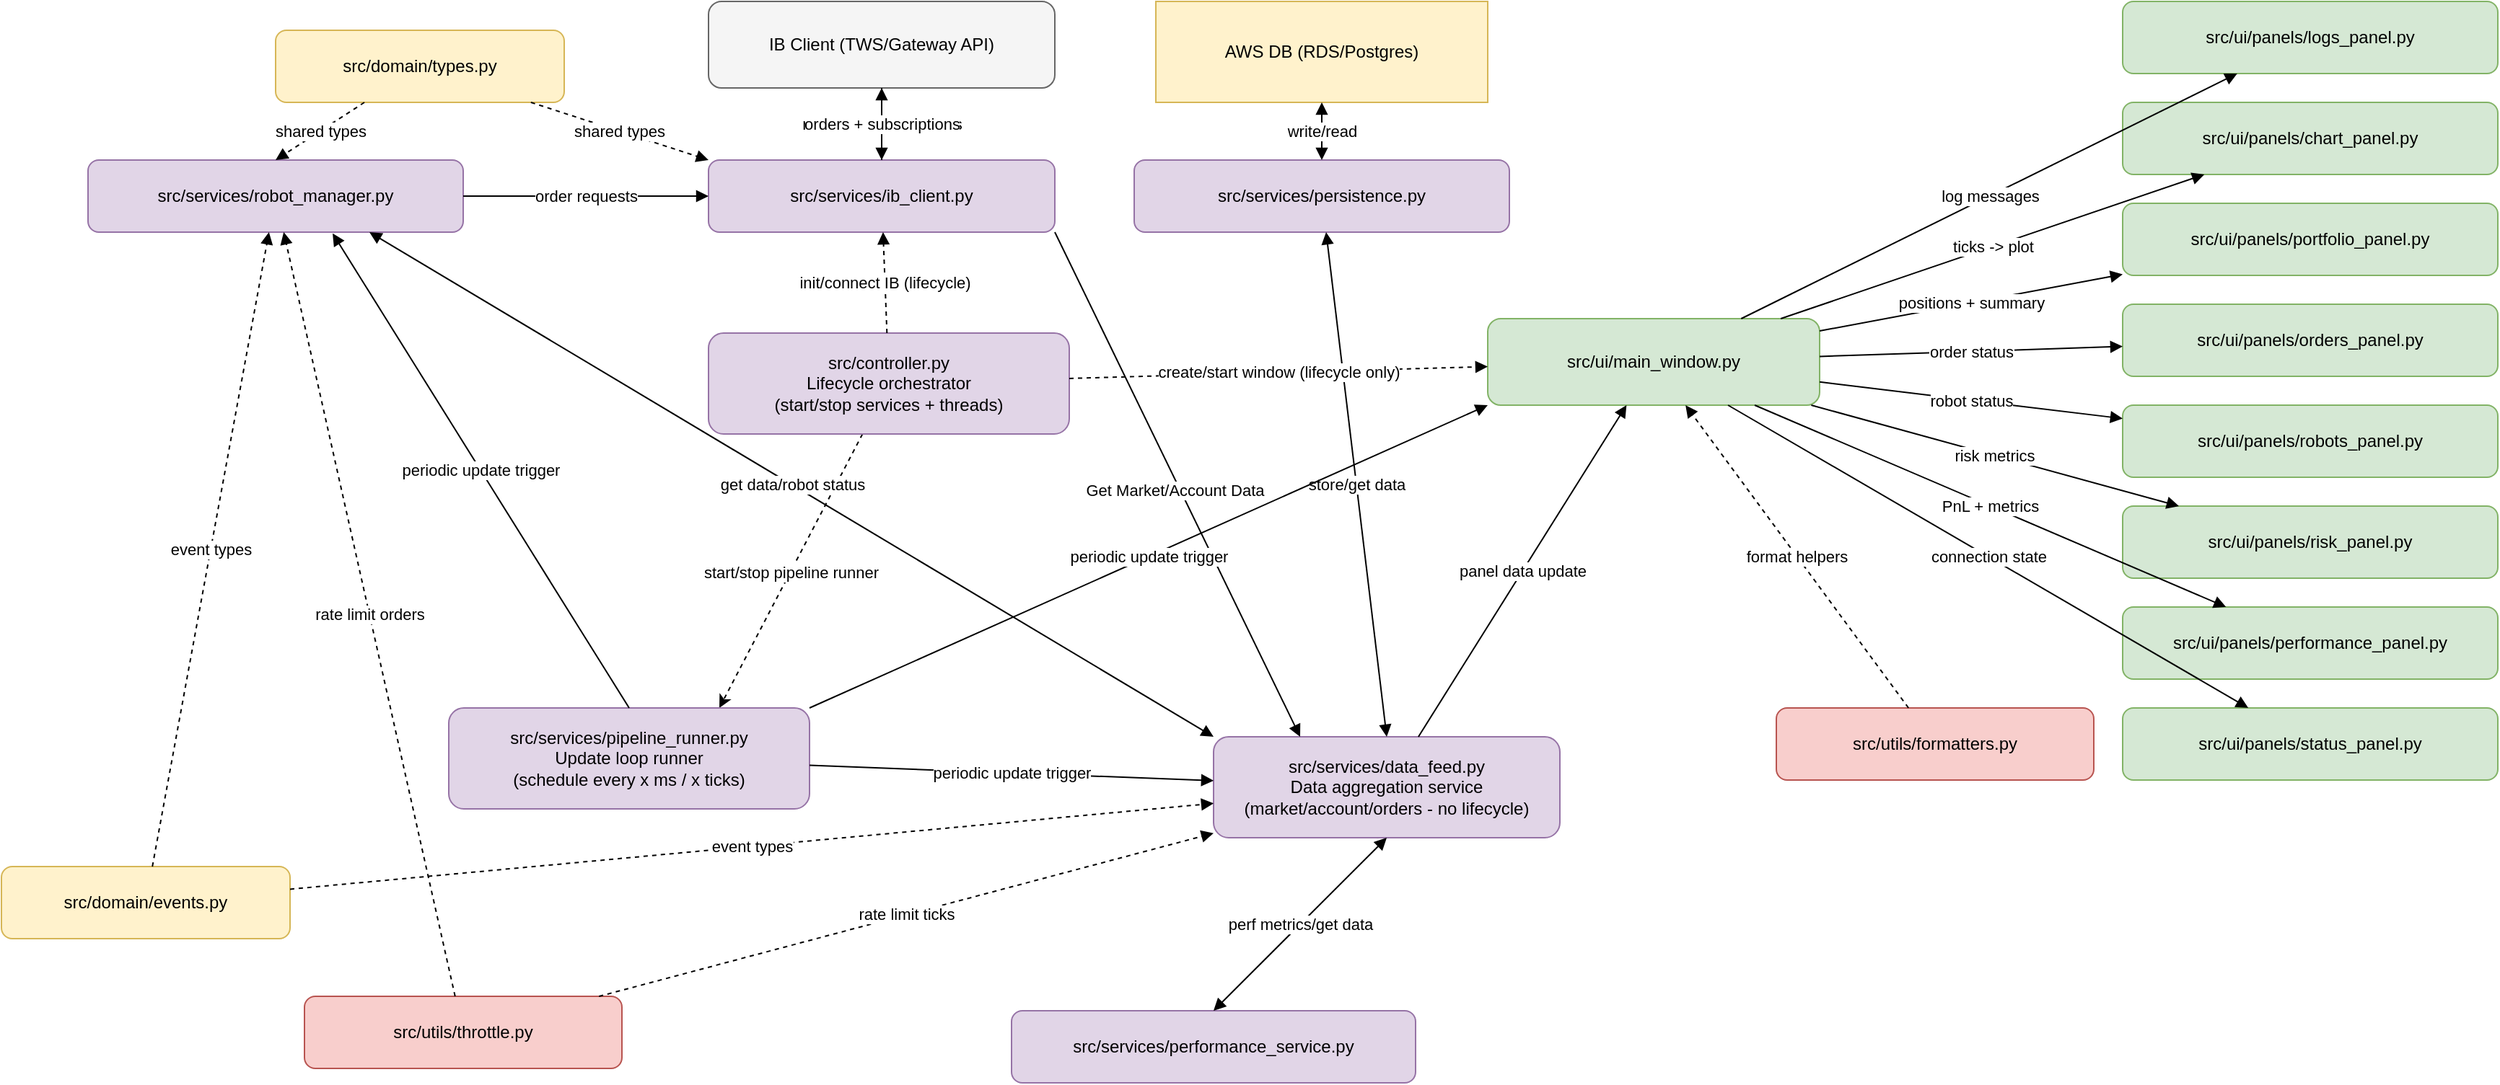
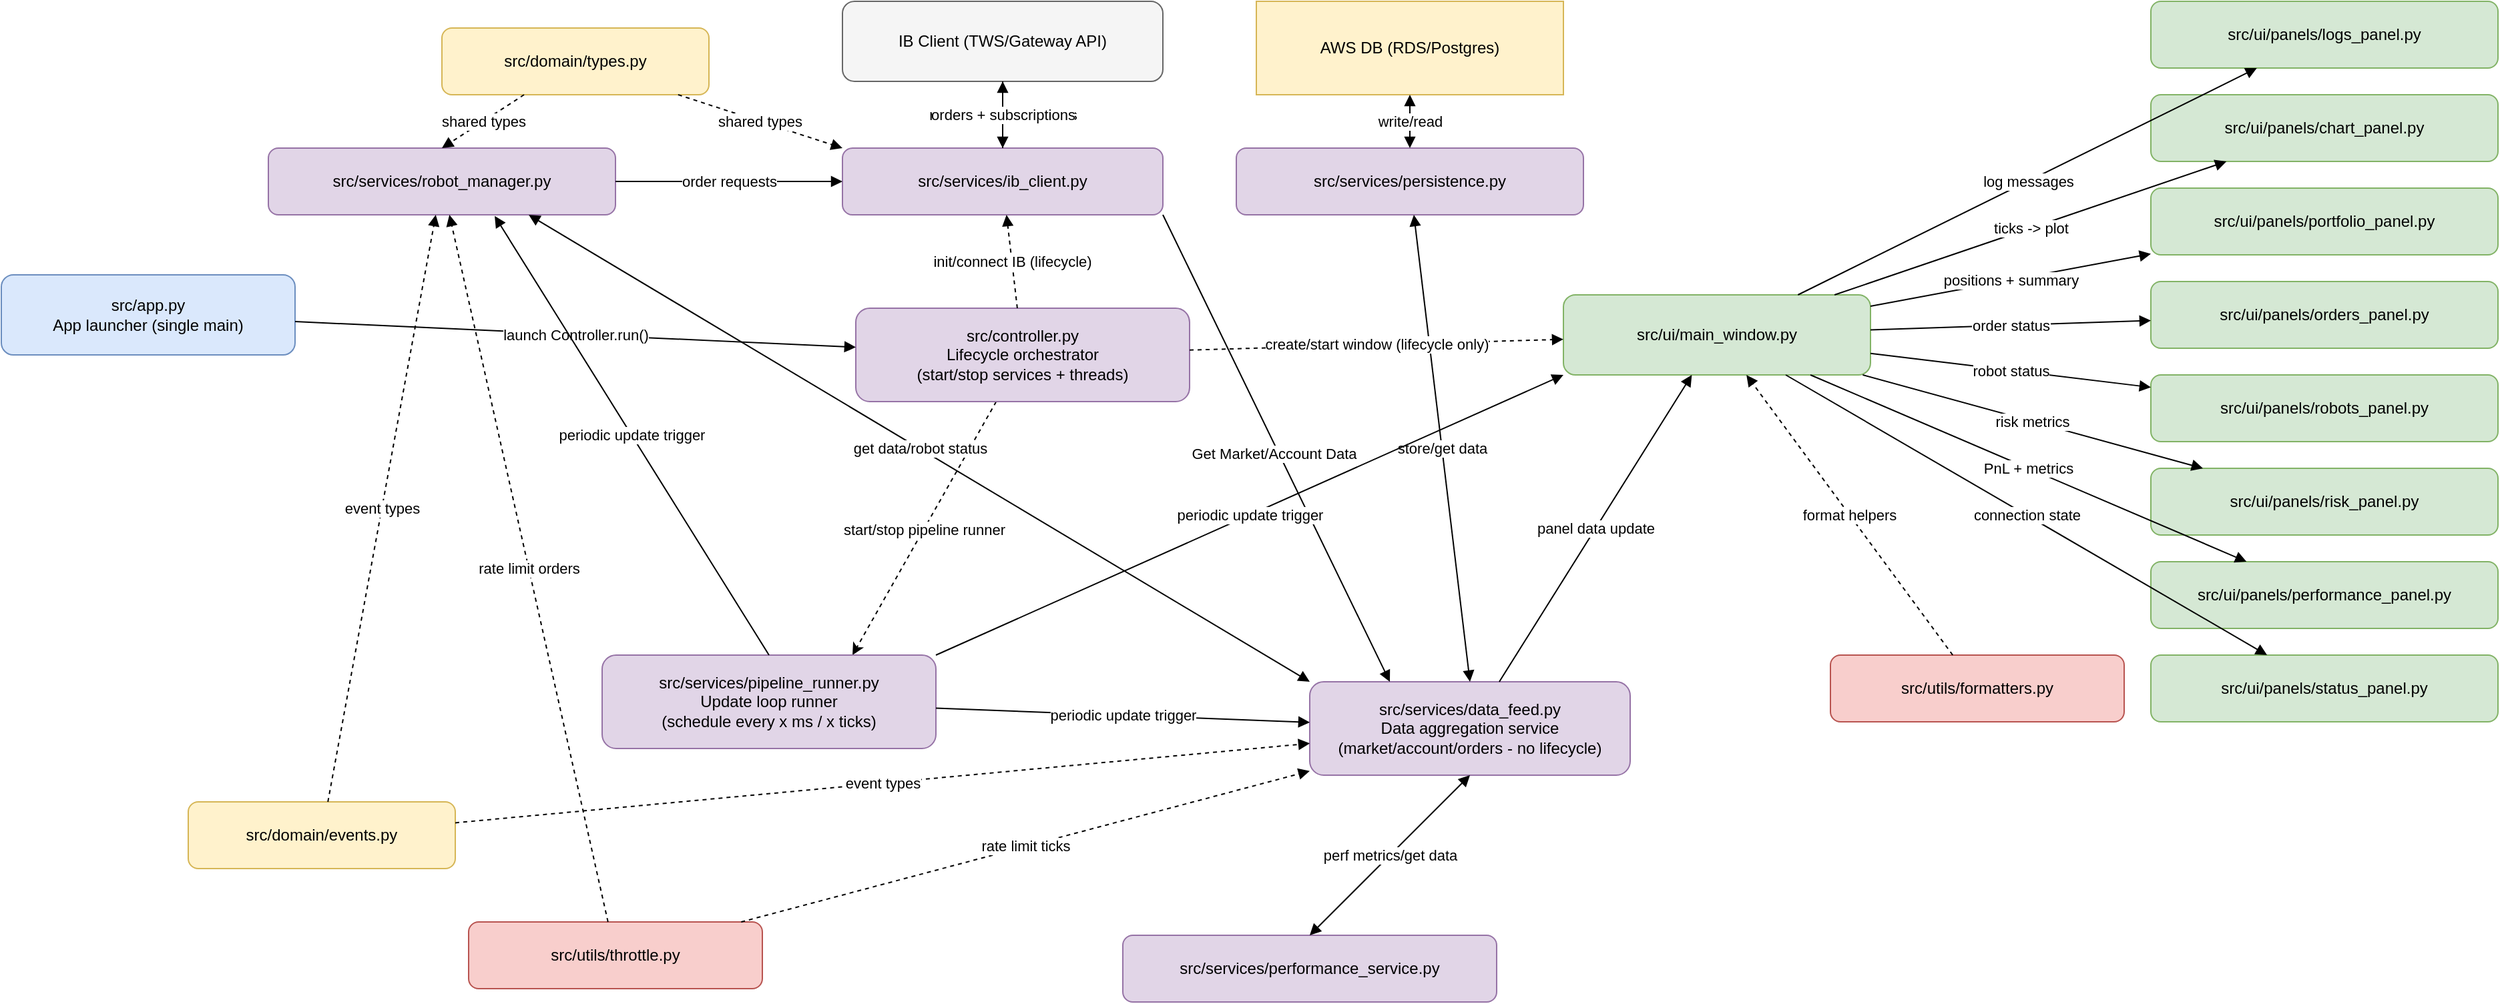
- ﻿<mxfile host="drawio-plugin" modified="2026-02-17T15:56:36.078Z" agent="Mozilla/5.0 (Windows NT 10.0; Win64; x64) AppleWebKit/537.36 (KHTML, like Gecko) Chrome/137.0.0.0 Safari/537.36" etag="17HLr8cwMhXqMvHtSmta" version="22.1.22" type="embed">
+ ﻿<mxfile host="drawio-plugin" modified="2026-02-17T16:05:40.946Z" agent="Mozilla/5.0 (Windows NT 10.0; Win64; x64) AppleWebKit/537.36 (KHTML, like Gecko) Chrome/137.0.0.0 Safari/537.36" etag="W1rZlkrYxI3Sz-zRTzAg" version="22.1.22" type="embed">
  <diagram id="dataflow-live" name="Live Trading Dataflow">
    <mxGraphModel dx="2838" dy="914" grid="1" gridSize="10" guides="1" tooltips="1" connect="1" arrows="1" fold="1" page="1" pageScale="1" pageWidth="1600" pageHeight="900" math="0" shadow="0">
      <root>
        <mxCell id="0" />
        <mxCell id="1" parent="0" />
        <mxCell id="ui_main" value="src/ui/main_window.py" style="rounded=1;whiteSpace=wrap;html=1;fillColor=#d5e8d4;strokeColor=#82b366;" parent="1" vertex="1">
          <mxGeometry x="900" y="220" width="230" height="60" as="geometry" />
+         </mxCell>
+         <mxCell id="app_entry" value="src/app.py&lt;br&gt;App launcher (single main)" style="rounded=1;whiteSpace=wrap;html=1;fillColor=#dae8fc;strokeColor=#6c8ebf;" parent="1" vertex="1">
+           <mxGeometry x="-270" y="205" width="220" height="60" as="geometry" />
        </mxCell>
        <mxCell id="domain_events" value="src/domain/events.py" style="rounded=1;whiteSpace=wrap;html=1;fillColor=#fff2cc;strokeColor=#d6b656;" parent="1" vertex="1">
          <mxGeometry x="-130" y="600" width="200" height="50" as="geometry" />
        </mxCell>
        <mxCell id="domain_types" value="src/domain/types.py" style="rounded=1;whiteSpace=wrap;html=1;fillColor=#fff2cc;strokeColor=#d6b656;" parent="1" vertex="1">
          <mxGeometry x="60" y="20" width="200" height="50" as="geometry" />
        </mxCell>
        <mxCell id="utils_formatters" value="src/utils/formatters.py" style="rounded=1;whiteSpace=wrap;html=1;fillColor=#f8cecc;strokeColor=#b85450;" parent="1" vertex="1">
          <mxGeometry x="1100" y="490" width="220" height="50" as="geometry" />
        </mxCell>
        <mxCell id="utils_throttle" value="src/utils/throttle.py" style="rounded=1;whiteSpace=wrap;html=1;fillColor=#f8cecc;strokeColor=#b85450;" parent="1" vertex="1">
          <mxGeometry x="80" y="690" width="220" height="50" as="geometry" />
        </mxCell>
        <mxCell id="svc_ib_client" value="src/services/ib_client.py" style="rounded=1;whiteSpace=wrap;html=1;fillColor=#e1d5e7;strokeColor=#9673a6;" parent="1" vertex="1">
          <mxGeometry x="360" y="110" width="240" height="50" as="geometry" />
        </mxCell>
        <mxCell id="7" style="rounded=0;orthogonalLoop=1;jettySize=auto;html=1;entryX=0.75;entryY=0;entryDx=0;entryDy=0;dashed=1;" parent="1" source="svc_controller" target="svc_pipeline_runner" edge="1">
          <mxGeometry relative="1" as="geometry" />
        </mxCell>
        <mxCell id="8" value="start/stop pipeline runner" style="edgeLabel;html=1;align=center;verticalAlign=middle;resizable=0;points=[];" parent="7" vertex="1" connectable="0">
          <mxGeometry x="0.0117" relative="1" as="geometry">
            <mxPoint as="offset" />
          </mxGeometry>
        </mxCell>
        <mxCell id="svc_data_feed" value="src/services/data_feed.py&lt;br&gt;Data aggregation service&lt;br&gt;(market/account/orders - no lifecycle)" style="rounded=1;whiteSpace=wrap;html=1;fillColor=#e1d5e7;strokeColor=#9673a6;" parent="1" vertex="1">
          <mxGeometry x="710" y="510" width="240" height="70" as="geometry" />
        </mxCell>
        <mxCell id="svc_robot_mgr" value="src/services/robot_manager.py" style="rounded=1;whiteSpace=wrap;html=1;fillColor=#e1d5e7;strokeColor=#9673a6;" parent="1" vertex="1">
          <mxGeometry x="-70" y="110" width="260" height="50" as="geometry" />
        </mxCell>
        <mxCell id="svc_persistence" value="src/services/persistence.py" style="rounded=1;whiteSpace=wrap;html=1;fillColor=#e1d5e7;strokeColor=#9673a6;" parent="1" vertex="1">
          <mxGeometry x="655" y="110" width="260" height="50" as="geometry" />
        </mxCell>
        <mxCell id="svc_perf" value="src/services/performance_service.py" style="rounded=1;whiteSpace=wrap;html=1;fillColor=#e1d5e7;strokeColor=#9673a6;" parent="1" vertex="1">
          <mxGeometry x="570" y="700" width="280" height="50" as="geometry" />
        </mxCell>
        <mxCell id="svc_controller" value="src/controller.py&lt;br&gt;Lifecycle orchestrator&lt;br&gt;(start/stop services + threads)" style="rounded=1;whiteSpace=wrap;html=1;fillColor=#e1d5e7;strokeColor=#9673a6;" parent="1" vertex="1">
-           <mxGeometry x="360" y="230" width="250" height="70" as="geometry" />
+           <mxGeometry x="370" y="230" width="250" height="70" as="geometry" />
        </mxCell>
        <mxCell id="svc_pipeline_runner" value="src/services/pipeline_runner.py&lt;br&gt;Update loop runner&lt;br&gt;(schedule every x ms / x ticks)" style="rounded=1;whiteSpace=wrap;html=1;fillColor=#e1d5e7;strokeColor=#9673a6;" parent="1" vertex="1">
          <mxGeometry x="180" y="490" width="250" height="70" as="geometry" />
        </mxCell>
        <mxCell id="panel_chart" value="src/ui/panels/chart_panel.py" style="rounded=1;whiteSpace=wrap;html=1;fillColor=#d5e8d4;strokeColor=#82b366;" parent="1" vertex="1">
          <mxGeometry x="1340" y="70" width="260" height="50" as="geometry" />
        </mxCell>
        <mxCell id="panel_portfolio" value="src/ui/panels/portfolio_panel.py" style="rounded=1;whiteSpace=wrap;html=1;fillColor=#d5e8d4;strokeColor=#82b366;" parent="1" vertex="1">
          <mxGeometry x="1340" y="140" width="260" height="50" as="geometry" />
        </mxCell>
        <mxCell id="panel_orders" value="src/ui/panels/orders_panel.py" style="rounded=1;whiteSpace=wrap;html=1;fillColor=#d5e8d4;strokeColor=#82b366;" parent="1" vertex="1">
          <mxGeometry x="1340" y="210" width="260" height="50" as="geometry" />
        </mxCell>
        <mxCell id="panel_robots" value="src/ui/panels/robots_panel.py" style="rounded=1;whiteSpace=wrap;html=1;fillColor=#d5e8d4;strokeColor=#82b366;" parent="1" vertex="1">
          <mxGeometry x="1340" y="280" width="260" height="50" as="geometry" />
        </mxCell>
        <mxCell id="panel_performance" value="src/ui/panels/performance_panel.py" style="rounded=1;whiteSpace=wrap;html=1;fillColor=#d5e8d4;strokeColor=#82b366;" parent="1" vertex="1">
          <mxGeometry x="1340" y="420" width="260" height="50" as="geometry" />
        </mxCell>
        <mxCell id="panel_risk" value="src/ui/panels/risk_panel.py" style="rounded=1;whiteSpace=wrap;html=1;fillColor=#d5e8d4;strokeColor=#82b366;" parent="1" vertex="1">
          <mxGeometry x="1340" y="350" width="260" height="50" as="geometry" />
        </mxCell>
        <mxCell id="panel_status" value="src/ui/panels/status_panel.py" style="rounded=1;whiteSpace=wrap;html=1;fillColor=#d5e8d4;strokeColor=#82b366;" parent="1" vertex="1">
          <mxGeometry x="1340" y="490" width="260" height="50" as="geometry" />
        </mxCell>
        <mxCell id="panel_logs" value="src/ui/panels/logs_panel.py" style="rounded=1;whiteSpace=wrap;html=1;fillColor=#d5e8d4;strokeColor=#82b366;" parent="1" vertex="1">
          <mxGeometry x="1340" width="260" height="50" as="geometry" />
        </mxCell>
        <mxCell id="ext_ib_client" value="IB Client (TWS/Gateway API)" style="rounded=1;whiteSpace=wrap;html=1;fillColor=#f5f5f5;strokeColor=#666666;" parent="1" vertex="1">
          <mxGeometry x="360" width="240" height="60" as="geometry" />
        </mxCell>
        <mxCell id="aws_db" value="AWS DB (RDS/Postgres)" style="shape=database;whiteSpace=wrap;html=1;fillColor=#fff2cc;strokeColor=#d6b656;" parent="1" vertex="1">
          <mxGeometry x="670" width="230" height="70" as="geometry" />
        </mxCell>
        <mxCell id="edge_feed_persist" value="store/get data" style="endArrow=block;html=1;startArrow=block;startFill=1;exitX=0.5;exitY=0;exitDx=0;exitDy=0;" parent="1" source="svc_data_feed" target="svc_persistence" edge="1">
          <mxGeometry relative="1" as="geometry" />
        </mxCell>
        <mxCell id="edge_robot_ib" value="order requests" style="endArrow=block;html=1;entryX=0;entryY=0.5;entryDx=0;entryDy=0;exitX=1;exitY=0.5;exitDx=0;exitDy=0;" parent="1" source="svc_robot_mgr" target="svc_ib_client" edge="1">
          <mxGeometry relative="1" as="geometry" />
        </mxCell>
        <mxCell id="edge_ib_ext_to_service" value="market/account/events" style="endArrow=block;html=1;" parent="1" source="ext_ib_client" target="svc_ib_client" edge="1">
          <mxGeometry relative="1" as="geometry" />
        </mxCell>
        <mxCell id="edge_service_to_ib_ext" value="orders + subscriptions" style="endArrow=block;html=1;dashed=1;" parent="1" source="svc_ib_client" target="ext_ib_client" edge="1">
          <mxGeometry relative="1" as="geometry" />
        </mxCell>
        <mxCell id="edge_persist_aws_db" value="write/read" style="endArrow=block;html=1;startArrow=block;startFill=1;" parent="1" source="svc_persistence" target="aws_db" edge="1">
          <mxGeometry relative="1" as="geometry" />
        </mxCell>
        <mxCell id="edge_main_ctrl_ib" value="init/connect IB (lifecycle)" style="endArrow=block;html=1;dashed=1;" parent="1" source="svc_controller" target="svc_ib_client" edge="1">
          <mxGeometry relative="1" as="geometry" />
        </mxCell>
        <mxCell id="edge_main_ctrl_ui" value="create/start window (lifecycle only)" style="endArrow=block;html=1;dashed=1;" parent="1" source="svc_controller" target="ui_main" edge="1">
+           <mxGeometry relative="1" as="geometry" />
+         </mxCell>
+         <mxCell id="edge_app_controller" value="launch Controller.run()" style="endArrow=block;html=1;" parent="1" source="app_entry" target="svc_controller" edge="1">
          <mxGeometry relative="1" as="geometry" />
        </mxCell>
        <mxCell id="edge_runner_feed" value="periodic update trigger" style="endArrow=block;html=1;" parent="1" source="svc_pipeline_runner" target="svc_data_feed" edge="1">
          <mxGeometry relative="1" as="geometry" />
        </mxCell>
        <mxCell id="edge_ib_ui" value="" style="endArrow=block;html=1;entryX=0.25;entryY=0;entryDx=0;entryDy=0;startArrow=none;startFill=0;exitX=1;exitY=1;exitDx=0;exitDy=0;" parent="1" source="svc_ib_client" target="svc_data_feed" edge="1">
          <mxGeometry relative="1" as="geometry" />
        </mxCell>
        <mxCell id="3" value="Get Market/Account Data" style="edgeLabel;html=1;align=center;verticalAlign=middle;resizable=0;points=[];" parent="edge_ib_ui" vertex="1" connectable="0">
          <mxGeometry x="0.0098" y="-4" relative="1" as="geometry">
            <mxPoint as="offset" />
          </mxGeometry>
        </mxCell>
        <mxCell id="edge_feed_ui" value="panel data update" style="endArrow=block;html=1;" parent="1" source="svc_data_feed" target="ui_main" edge="1">
          <mxGeometry relative="1" as="geometry" />
        </mxCell>
        <mxCell id="edge_robot_ui" value="get data/robot status" style="endArrow=block;html=1;entryX=0;entryY=0;entryDx=0;entryDy=0;startArrow=block;startFill=1;exitX=0.75;exitY=1;exitDx=0;exitDy=0;" parent="1" source="svc_robot_mgr" target="svc_data_feed" edge="1">
          <mxGeometry relative="1" as="geometry">
            <mxPoint x="130" y="220" as="sourcePoint" />
          </mxGeometry>
        </mxCell>
        <mxCell id="edge_perf_ui" value="perf metrics/get data" style="endArrow=block;html=1;entryX=0.5;entryY=1;entryDx=0;entryDy=0;startArrow=block;startFill=1;exitX=0.5;exitY=0;exitDx=0;exitDy=0;" parent="1" source="svc_perf" target="svc_data_feed" edge="1">
          <mxGeometry relative="1" as="geometry" />
        </mxCell>
        <mxCell id="edge_ui_chart" value="ticks -&gt; plot" style="endArrow=block;html=1;" parent="1" source="ui_main" target="panel_chart" edge="1">
          <mxGeometry relative="1" as="geometry" />
        </mxCell>
        <mxCell id="edge_ui_portfolio" value="positions + summary" style="endArrow=block;html=1;" parent="1" source="ui_main" target="panel_portfolio" edge="1">
          <mxGeometry relative="1" as="geometry" />
        </mxCell>
        <mxCell id="edge_ui_orders" value="order status" style="endArrow=block;html=1;" parent="1" source="ui_main" target="panel_orders" edge="1">
          <mxGeometry relative="1" as="geometry" />
        </mxCell>
        <mxCell id="edge_ui_robots" value="robot status" style="endArrow=block;html=1;" parent="1" source="ui_main" target="panel_robots" edge="1">
          <mxGeometry relative="1" as="geometry" />
        </mxCell>
        <mxCell id="edge_ui_perf" value="PnL + metrics" style="endArrow=block;html=1;" parent="1" source="ui_main" target="panel_performance" edge="1">
          <mxGeometry relative="1" as="geometry" />
        </mxCell>
        <mxCell id="edge_ui_risk" value="risk metrics" style="endArrow=block;html=1;" parent="1" source="ui_main" target="panel_risk" edge="1">
          <mxGeometry relative="1" as="geometry" />
        </mxCell>
        <mxCell id="edge_ui_status" value="connection state" style="endArrow=block;html=1;" parent="1" source="ui_main" target="panel_status" edge="1">
          <mxGeometry relative="1" as="geometry" />
        </mxCell>
        <mxCell id="edge_ui_logs" value="log messages" style="endArrow=block;html=1;" parent="1" source="ui_main" target="panel_logs" edge="1">
          <mxGeometry relative="1" as="geometry" />
        </mxCell>
        <mxCell id="edge_formatters_ui" value="format helpers" style="endArrow=block;html=1;dashed=1;" parent="1" source="utils_formatters" target="ui_main" edge="1">
          <mxGeometry relative="1" as="geometry" />
        </mxCell>
        <mxCell id="edge_throttle_feed" value="rate limit ticks" style="endArrow=block;html=1;dashed=1;" parent="1" source="utils_throttle" target="svc_data_feed" edge="1">
          <mxGeometry relative="1" as="geometry" />
        </mxCell>
        <mxCell id="edge_throttle_robot" value="rate limit orders" style="endArrow=block;html=1;dashed=1;" parent="1" source="utils_throttle" target="svc_robot_mgr" edge="1">
          <mxGeometry relative="1" as="geometry" />
        </mxCell>
        <mxCell id="edge_domain_types_ib" value="shared types" style="endArrow=block;html=1;dashed=1;entryX=0;entryY=0;entryDx=0;entryDy=0;" parent="1" source="domain_types" target="svc_ib_client" edge="1">
          <mxGeometry relative="1" as="geometry" />
        </mxCell>
        <mxCell id="edge_domain_types_robot" value="shared types" style="endArrow=block;html=1;dashed=1;entryX=0.5;entryY=0;entryDx=0;entryDy=0;" parent="1" source="domain_types" target="svc_robot_mgr" edge="1">
          <mxGeometry relative="1" as="geometry" />
        </mxCell>
        <mxCell id="edge_domain_events_feed" value="event types" style="endArrow=block;html=1;dashed=1;" parent="1" source="domain_events" target="svc_data_feed" edge="1">
          <mxGeometry relative="1" as="geometry" />
        </mxCell>
        <mxCell id="edge_domain_events_robot" value="event types" style="endArrow=block;html=1;dashed=1;" parent="1" source="domain_events" target="svc_robot_mgr" edge="1">
          <mxGeometry relative="1" as="geometry" />
        </mxCell>
-         <mxCell id="9" value="periodic update trigger" style="endArrow=block;html=1;entryX=0.652;entryY=1.017;entryDx=0;entryDy=0;entryPerimeter=0;exitX=0.5;exitY=0;exitDx=0;exitDy=0;" edge="1" parent="1" source="svc_pipeline_runner" target="svc_robot_mgr">
+         <mxCell id="9" value="periodic update trigger" style="endArrow=block;html=1;entryX=0.652;entryY=1.017;entryDx=0;entryDy=0;entryPerimeter=0;exitX=0.5;exitY=0;exitDx=0;exitDy=0;" parent="1" source="svc_pipeline_runner" target="svc_robot_mgr" edge="1">
          <mxGeometry relative="1" as="geometry">
            <mxPoint x="430" y="586" as="sourcePoint" />
            <mxPoint x="720" y="564" as="targetPoint" />
          </mxGeometry>
        </mxCell>
-         <mxCell id="10" value="periodic update trigger" style="endArrow=block;html=1;exitX=1;exitY=0;exitDx=0;exitDy=0;entryX=0;entryY=1;entryDx=0;entryDy=0;" edge="1" parent="1" source="svc_pipeline_runner" target="ui_main">
+         <mxCell id="10" value="periodic update trigger" style="endArrow=block;html=1;exitX=1;exitY=0;exitDx=0;exitDy=0;entryX=0;entryY=1;entryDx=0;entryDy=0;" parent="1" source="svc_pipeline_runner" target="ui_main" edge="1">
          <mxGeometry relative="1" as="geometry">
            <mxPoint x="440" y="540" as="sourcePoint" />
            <mxPoint x="720" y="550" as="targetPoint" />
          </mxGeometry>
        </mxCell>
      </root>
    </mxGraphModel>
  </diagram>
</mxfile>
